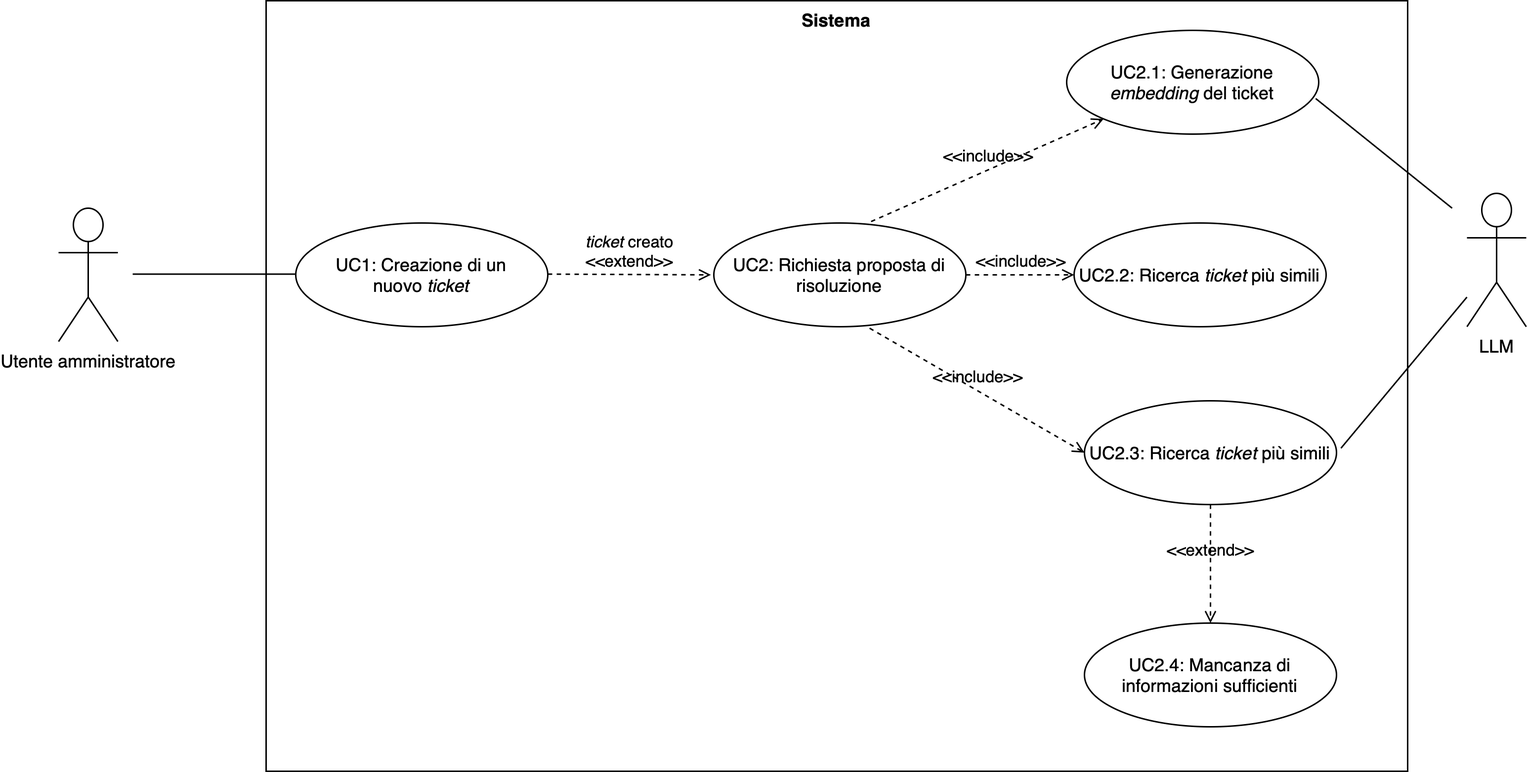
EndyXVIII/thesis-unipd keeps this draw.io diagram as images/uc2.png. Above is the earlier version. Source tidied: cells renumbered, new cells last; positions are measured from the earlier drawing's top-left corner, leaving out a move shared by most shapes.
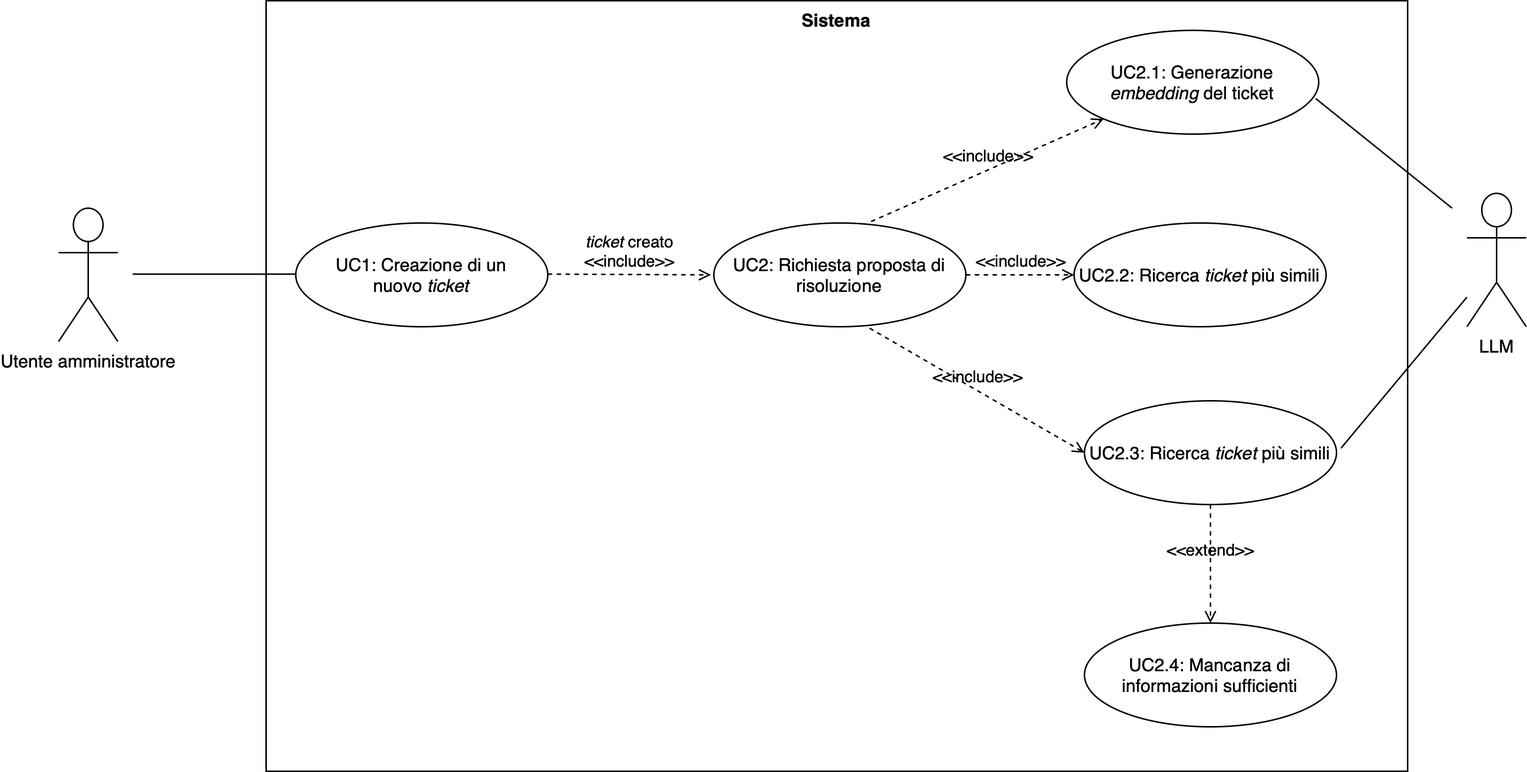
After the change.

Commit message:
feat: aggiunta use case chatbot

The edit, as a diff of the source:
```diff
@@ -17,7 +17,7 @@
         <mxPoint x="160" y="184.5" as="targetPoint" />
       </mxGeometry>
     </mxCell>
-    <mxCell id="6" value="&lt;i&gt;ticket&lt;/i&gt; creato&lt;div&gt;&amp;lt;&amp;lt;extend&amp;gt;&amp;gt;&lt;/div&gt;" style="html=1;verticalAlign=bottom;labelBackgroundColor=none;endArrow=open;endFill=0;dashed=1;rounded=0;" parent="1" edge="1">
+    <mxCell id="6" value="&lt;i&gt;ticket&lt;/i&gt; creato&lt;div&gt;&amp;lt;&amp;lt;include&amp;gt;&amp;gt;&lt;/div&gt;" style="html=1;verticalAlign=bottom;labelBackgroundColor=none;endArrow=open;endFill=0;dashed=1;rounded=0;" parent="1" edge="1">
       <mxGeometry relative="1" as="geometry">
         <mxPoint x="330" y="184.5" as="sourcePoint" />
         <mxPoint x="440" y="185" as="targetPoint" />
```
